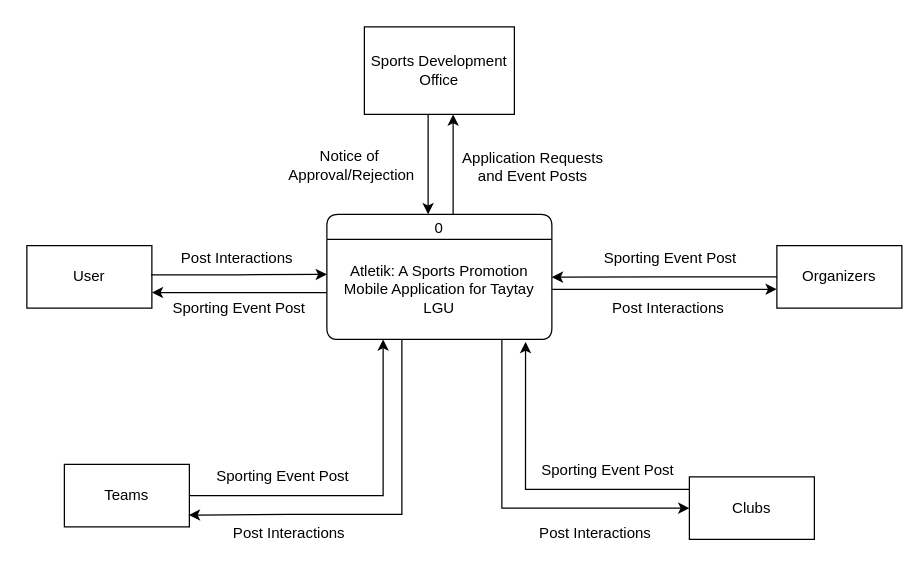
Earlier version of the draw.io diagram Atletik-ContextDiagram.drawio (ElliotJcbH/AtletikFlowcharts). Source tidied: cells renumbered, new cells numbered last; positions are measured from the earlier drawing's top-left corner, leaving out a move shared by most shapes. Both pictures are drawn from the tidied source at 125%, with x=0, y=0 at pixel (26, 26).
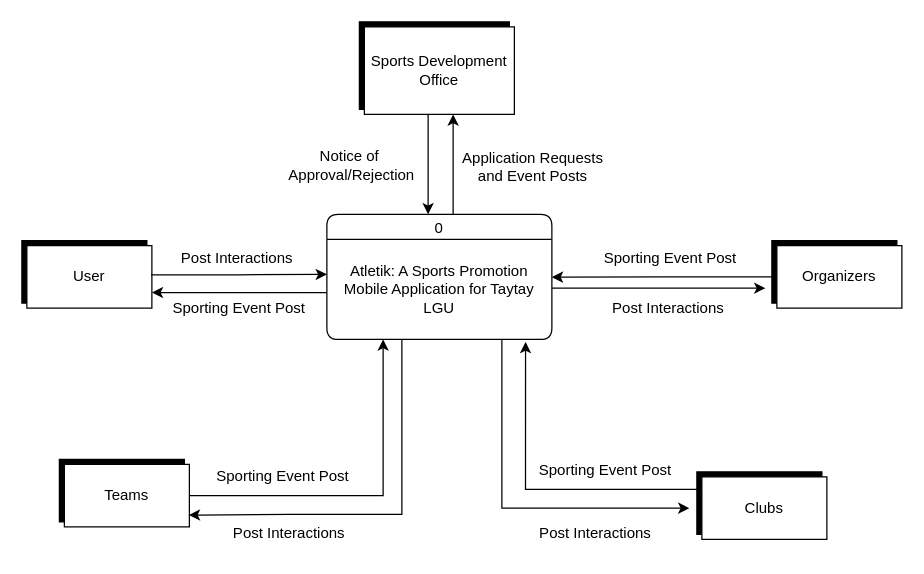
The same page after the edit.

The change refers to these unchanged cells:
```xml
<mxCell id="4" value="Atletik: A Sports Promotion Mobile Application for Taytay LGU" style="text;html=1;align=center;verticalAlign=middle;whiteSpace=wrap;rounded=0;" parent="3" vertex="1">
  <mxGeometry y="20" width="180" height="80" as="geometry" />
</mxCell>
<mxCell id="16" value="Post Interactions&amp;nbsp;" style="text;html=1;align=center;verticalAlign=middle;whiteSpace=wrap;rounded=0;" parent="1" vertex="1">
  <mxGeometry x="430" y="210" width="170" height="30" as="geometry" />
</mxCell>
```

What changed in the source:
```diff
@@
-    <mxCell id="5" value="User" style="html=1;dashed=0;whiteSpace=wrap;shadow=0;glass=0;rounded=0;strokeWidth=1;strokeColor=default;" parent="1" vertex="1">
+    <mxCell id="5" value="User" style="html=1;dashed=0;whiteSpace=wrap;shadow=1;glass=0;rounded=0;strokeWidth=1;top=1;bottom=1;strokeColor=default;fillOpacity=100;shadowOpacity=100;shadowOffsetX=-4;shadowOffsetY=-4;shadowBlur=0;" parent="1" vertex="1">
       <mxGeometry y="175" width="100" height="50" as="geometry" />
     </mxCell>
@@
-    <mxCell id="7" value="Sports Development Office" style="html=1;dashed=0;whiteSpace=wrap;" parent="1" vertex="1">
+    <mxCell id="7" value="Sports Development Office" style="html=1;dashed=0;whiteSpace=wrap;rounded=0;shadow=1;glass=0;strokeColor=default;strokeWidth=1;align=center;verticalAlign=middle;shadowOffsetX=-4;shadowOffsetY=-4;shadowBlur=0;shadowOpacity=100;fontFamily=Helvetica;fontSize=12;fontColor=default;fillColor=default;" parent="1" vertex="1">
       <mxGeometry x="270" width="120" height="70" as="geometry" />
     </mxCell>
@@
-    <mxCell id="9" value="Teams" style="html=1;dashed=0;whiteSpace=wrap;" parent="1" vertex="1">
+    <mxCell id="9" value="Teams" style="html=1;dashed=0;whiteSpace=wrap;rounded=0;shadow=1;glass=0;strokeColor=default;strokeWidth=1;align=center;verticalAlign=middle;shadowOffsetX=-4;shadowOffsetY=-4;shadowBlur=0;shadowOpacity=100;fontFamily=Helvetica;fontSize=12;fontColor=default;fillColor=default;" parent="1" vertex="1">
       <mxGeometry x="30" y="350" width="100" height="50" as="geometry" />
     </mxCell>
@@
-    <mxCell id="11" value="Clubs" style="html=1;dashed=0;whiteSpace=wrap;" parent="1" vertex="1">
-      <mxGeometry x="530" y="360" width="100" height="50" as="geometry" />
+    <mxCell id="11" value="Clubs" style="html=1;dashed=0;whiteSpace=wrap;rounded=0;shadow=1;glass=0;strokeColor=default;strokeWidth=1;align=center;verticalAlign=middle;shadowOffsetX=-4;shadowOffsetY=-4;shadowBlur=0;shadowOpacity=100;fontFamily=Helvetica;fontSize=12;fontColor=default;fillColor=default;" parent="1" vertex="1">
+      <mxGeometry x="540" y="360" width="100" height="50" as="geometry" />
     </mxCell>
-    <mxCell id="12" value="Organizers" style="html=1;dashed=0;whiteSpace=wrap;" parent="1" vertex="1">
+    <mxCell id="12" value="Organizers" style="html=1;dashed=0;whiteSpace=wrap;rounded=0;shadow=1;glass=0;strokeColor=default;strokeWidth=1;align=center;verticalAlign=middle;shadowOffsetX=-4;shadowOffsetY=-4;shadowBlur=0;shadowOpacity=100;fontFamily=Helvetica;fontSize=12;fontColor=default;fillColor=default;" parent="1" vertex="1">
       <mxGeometry x="600" y="175" width="100" height="50" as="geometry" />
     </mxCell>
-    <mxCell id="13" style="edgeStyle=orthogonalEdgeStyle;rounded=0;jettySize=auto;html=1;entryX=-0.001;entryY=0.698;entryDx=0;entryDy=0;entryPerimeter=0;" parent="1" edge="1" source="4" target="12">
-      <mxGeometry relative="1" as="geometry" />
+    <mxCell id="13" style="edgeStyle=orthogonalEdgeStyle;rounded=0;jettySize=auto;html=1;entryX=0.946;entryY=-0.032;entryDx=0;entryDy=0;entryPerimeter=0;" parent="1" edge="1" source="4" target="16">
+      <mxGeometry relative="1" as="geometry">
+        <Array as="points">
+          <mxPoint x="591" y="210" />
+        </Array>
+      </mxGeometry>
     </mxCell>
@@
     <mxCell id="17" value="Sporting Event Post" style="text;html=1;align=center;verticalAlign=middle;whiteSpace=wrap;rounded=0;" parent="1" vertex="1">
-      <mxGeometry x="400" y="340" width="130" height="30" as="geometry" />
+      <mxGeometry x="403" y="340" width="120" height="30" as="geometry" />
     </mxCell>
@@
-    <mxCell id="19" style="edgeStyle=orthogonalEdgeStyle;rounded=0;jettySize=auto;html=1;entryX=0;entryY=0.5;entryDx=0;entryDy=0;" parent="1" edge="1" source="4" target="11">
+    <mxCell id="19" style="edgeStyle=orthogonalEdgeStyle;rounded=0;jettySize=auto;html=1;" parent="1" edge="1" source="4">
       <mxGeometry relative="1" as="geometry">
+        <mxPoint x="530" y="385" as="targetPoint" />
         <Array as="points">
           <mxPoint x="380" y="385" />
         </Array>
       </mxGeometry>
     </mxCell>
```
